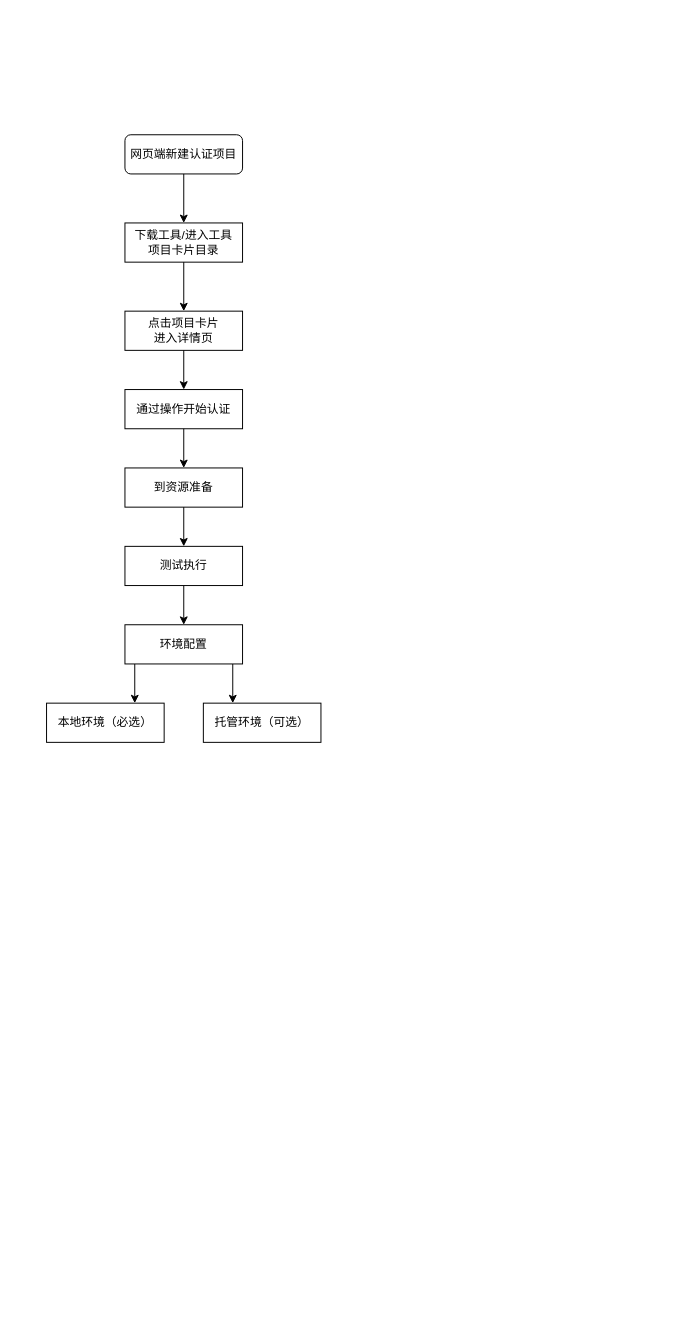
woshijiangyuhao/intro-html keeps this draw.io diagram as Untitled Diagram.drawio. Above is the earlier version. Source tidied: cells renumbered, new cells numbered last; positions are measured from the earlier drawing's top-left corner, leaving out a move shared by most shapes. Both pictures are drawn from the tidied source at 98%, with x=0, y=0 at pixel (46, 134).
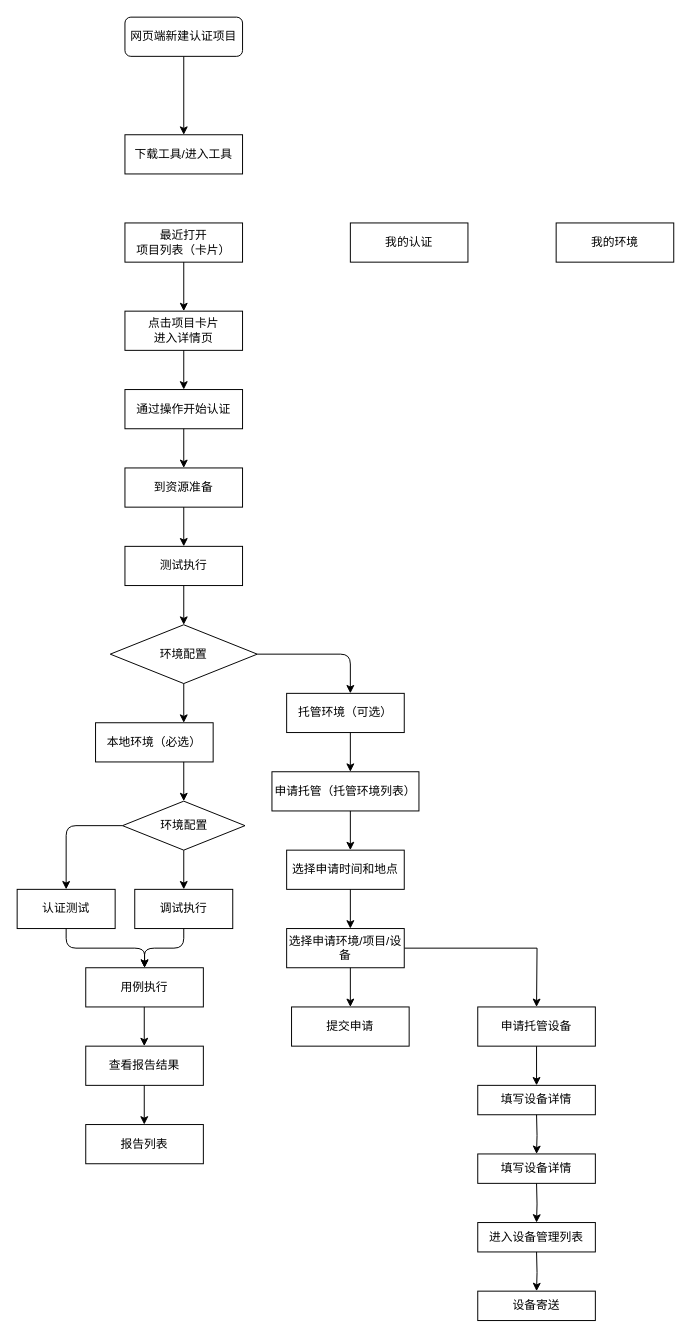
After the change.

The edit, as a diff of the source:
```diff
@@
+    <mxCell id="19" style="edgeStyle=orthogonalEdgeStyle;rounded=0;jettySize=auto;html=1;" parent="1" edge="1" source="2" target="33">
+      <mxGeometry relative="1" as="geometry" />
+    </mxCell>
     <mxCell id="2" value="网页端新建认证项目" style="rounded=1;whiteSpace=wrap;html=1;fontSize=12;glass=0;strokeWidth=1;shadow=0;" parent="1" vertex="1">
-      <mxGeometry x="80" width="120" height="40" as="geometry" />
+      <mxGeometry x="80" y="-120" width="120" height="40" as="geometry" />
     </mxCell>
-    <mxCell id="3" value="下载工具/进入工具&lt;br&gt;项目卡片目录" style="rounded=0;whiteSpace=wrap;html=1;" parent="1" vertex="1">
+    <mxCell id="3" value="最近打开&lt;br&gt;项目列表（卡片）" style="rounded=0;whiteSpace=wrap;html=1;" parent="1" vertex="1">
       <mxGeometry x="80" y="90" width="120" height="40" as="geometry" />
     </mxCell>
@@
-    <mxCell id="5" style="endArrow=classic;html=1;exitX=0.5;exitY=1;exitDx=0;exitDy=0;" parent="1" edge="1" source="2">
-      <mxGeometry relative="1" as="geometry">
-        <mxPoint x="140" y="90" as="targetPoint" />
-      </mxGeometry>
-    </mxCell>
@@
     <mxCell id="13" style="endArrow=classic;html=1;exitX=0.5;exitY=1;exitDx=0;exitDy=0;" parent="1" edge="1">
       <mxGeometry relative="1" as="geometry">
-        <mxPoint x="90" y="540" as="sourcePoint" />
-        <mxPoint x="90" y="580" as="targetPoint" />
+        <mxPoint x="140" y="560" as="sourcePoint" />
+        <mxPoint x="140" y="600" as="targetPoint" />
       </mxGeometry>
     </mxCell>
     <mxCell id="14" value="本地环境（必选）" style="rounded=0;whiteSpace=wrap;html=1;" parent="1" vertex="1">
-      <mxGeometry y="580" width="120" height="40" as="geometry" />
+      <mxGeometry x="50" y="600" width="120" height="40" as="geometry" />
     </mxCell>
-    <mxCell id="15" style="endArrow=classic;html=1;exitX=0.5;exitY=1;exitDx=0;exitDy=0;" parent="1" edge="1">
+    <mxCell id="15" style="endArrow=classic;html=1;exitX=1;exitY=0.5;exitDx=0;exitDy=0;" parent="1" edge="1" source="41">
       <mxGeometry relative="1" as="geometry">
-        <mxPoint x="190" y="540" as="sourcePoint" />
-        <mxPoint x="190" y="580" as="targetPoint" />
+        <mxPoint x="310" y="570" as="targetPoint" />
+        <Array as="points">
+          <mxPoint x="310" y="530" />
+        </Array>
       </mxGeometry>
     </mxCell>
     <mxCell id="16" value="托管环境（可选）" style="rounded=0;whiteSpace=wrap;html=1;" parent="1" vertex="1">
-      <mxGeometry x="160" y="580" width="120" height="40" as="geometry" />
+      <mxGeometry x="245" y="570" width="120" height="40" as="geometry" />
     </mxCell>
@@
-    <mxCell id="18" value="环境配置" style="rounded=0;whiteSpace=wrap;html=1;" parent="1" vertex="1">
-      <mxGeometry x="80" y="500" width="120" height="40" as="geometry" />
-    </mxCell>
+    <mxCell id="20" style="endArrow=classic;html=1;exitX=0.5;exitY=1;exitDx=0;exitDy=0;" parent="1" edge="1">
+      <mxGeometry relative="1" as="geometry">
+        <mxPoint x="140" y="640" as="sourcePoint" />
+        <mxPoint x="140" y="680" as="targetPoint" />
+      </mxGeometry>
+    </mxCell>
+    <mxCell id="21" style="endArrow=classic;html=1;exitX=0;exitY=0.5;exitDx=0;exitDy=0;" parent="1" edge="1" source="42">
+      <mxGeometry relative="1" as="geometry">
+        <mxPoint x="20" y="770" as="targetPoint" />
+        <Array as="points">
+          <mxPoint x="20" y="705" />
+        </Array>
+      </mxGeometry>
+    </mxCell>
+    <mxCell id="22" value="认证测试" style="rounded=0;whiteSpace=wrap;html=1;" parent="1" vertex="1">
+      <mxGeometry x="-30" y="770" width="100" height="40" as="geometry" />
+    </mxCell>
+    <mxCell id="23" value="调试执行" style="rounded=0;whiteSpace=wrap;html=1;" parent="1" vertex="1">
+      <mxGeometry x="90" y="770" width="100" height="40" as="geometry" />
+    </mxCell>
+    <mxCell id="24" style="endArrow=classic;html=1;exitX=0.5;exitY=1;exitDx=0;exitDy=0;" parent="1" edge="1">
+      <mxGeometry relative="1" as="geometry">
+        <mxPoint x="140" y="730" as="sourcePoint" />
+        <mxPoint x="140" y="770" as="targetPoint" />
+      </mxGeometry>
+    </mxCell>
+    <mxCell id="25" value="用例执行" style="rounded=0;whiteSpace=wrap;html=1;" parent="1" vertex="1">
+      <mxGeometry x="40" y="850" width="120" height="40" as="geometry" />
+    </mxCell>
+    <mxCell id="26" style="endArrow=classic;html=1;exitX=0.5;exitY=1;exitDx=0;exitDy=0;entryX=0.5;entryY=0;entryDx=0;entryDy=0;" parent="1" edge="1" source="22" target="25">
+      <mxGeometry relative="1" as="geometry">
+        <Array as="points">
+          <mxPoint x="20" y="830" />
+          <mxPoint x="100" y="830" />
+        </Array>
+      </mxGeometry>
+    </mxCell>
+    <mxCell id="27" style="endArrow=classic;html=1;exitX=0.5;exitY=1;exitDx=0;exitDy=0;" parent="1" edge="1" source="23">
+      <mxGeometry relative="1" as="geometry">
+        <mxPoint x="100" y="850" as="targetPoint" />
+        <Array as="points">
+          <mxPoint x="140" y="830" />
+          <mxPoint x="100" y="830" />
+        </Array>
+      </mxGeometry>
+    </mxCell>
+    <mxCell id="28" value="查看报告结果" style="rounded=0;whiteSpace=wrap;html=1;" parent="1" vertex="1">
+      <mxGeometry x="40" y="930" width="120" height="40" as="geometry" />
+    </mxCell>
+    <mxCell id="29" style="endArrow=classic;html=1;exitX=0.5;exitY=1;exitDx=0;exitDy=0;" parent="1" edge="1">
+      <mxGeometry relative="1" as="geometry">
+        <mxPoint x="99.7" y="890" as="sourcePoint" />
+        <mxPoint x="99.7" y="930" as="targetPoint" />
+      </mxGeometry>
+    </mxCell>
+    <mxCell id="30" value="申请托管（托管环境列表）" style="rounded=0;whiteSpace=wrap;html=1;" parent="1" vertex="1">
+      <mxGeometry x="230" y="650" width="150" height="40" as="geometry" />
+    </mxCell>
+    <mxCell id="31" style="endArrow=classic;html=1;exitX=0.5;exitY=1;exitDx=0;exitDy=0;" parent="1" edge="1">
+      <mxGeometry relative="1" as="geometry">
+        <mxPoint x="310" y="610" as="sourcePoint" />
+        <mxPoint x="310" y="650" as="targetPoint" />
+      </mxGeometry>
+    </mxCell>
+    <mxCell id="32" value="我的认证" style="rounded=0;whiteSpace=wrap;html=1;" parent="1" vertex="1">
+      <mxGeometry x="310" y="90" width="120" height="40" as="geometry" />
+    </mxCell>
+    <mxCell id="33" value="下载工具/进入工具" style="rounded=0;whiteSpace=wrap;html=1;" parent="1" vertex="1">
+      <mxGeometry x="80" width="120" height="40" as="geometry" />
+    </mxCell>
+    <mxCell id="34" value="报告列表" style="rounded=0;whiteSpace=wrap;html=1;" parent="1" vertex="1">
+      <mxGeometry x="40" y="1010" width="120" height="40" as="geometry" />
+    </mxCell>
+    <mxCell id="35" style="endArrow=classic;html=1;exitX=0.5;exitY=1;exitDx=0;exitDy=0;" parent="1" edge="1">
+      <mxGeometry relative="1" as="geometry">
+        <mxPoint x="99.7" y="970" as="sourcePoint" />
+        <mxPoint x="99.7" y="1010" as="targetPoint" />
+      </mxGeometry>
+    </mxCell>
+    <mxCell id="36" style="endArrow=classic;html=1;exitX=0.5;exitY=1;exitDx=0;exitDy=0;" parent="1" edge="1">
+      <mxGeometry relative="1" as="geometry">
+        <mxPoint x="310" y="690" as="sourcePoint" />
+        <mxPoint x="310" y="730" as="targetPoint" />
+      </mxGeometry>
+    </mxCell>
+    <mxCell id="37" value="选择申请时间和地点" style="rounded=0;whiteSpace=wrap;html=1;" parent="1" vertex="1">
+      <mxGeometry x="245" y="730" width="120" height="40" as="geometry" />
+    </mxCell>
+    <mxCell id="38" style="edgeStyle=orthogonalEdgeStyle;rounded=0;jettySize=auto;html=1;" parent="1" edge="1" source="39">
+      <mxGeometry relative="1" as="geometry">
+        <mxPoint x="500" y="890" as="targetPoint" />
+      </mxGeometry>
+    </mxCell>
+    <mxCell id="39" value="选择申请环境/项目/设备" style="rounded=0;whiteSpace=wrap;html=1;" parent="1" vertex="1">
+      <mxGeometry x="245" y="810" width="120" height="40" as="geometry" />
+    </mxCell>
+    <mxCell id="40" style="endArrow=classic;html=1;exitX=0.5;exitY=1;exitDx=0;exitDy=0;" parent="1" edge="1">
+      <mxGeometry relative="1" as="geometry">
+        <mxPoint x="310" y="770" as="sourcePoint" />
+        <mxPoint x="310" y="810" as="targetPoint" />
+      </mxGeometry>
+    </mxCell>
+    <mxCell id="41" value="环境配置" style="rhombus;whiteSpace=wrap;html=1;" parent="1" vertex="1">
+      <mxGeometry x="65" y="500" width="150" height="60" as="geometry" />
+    </mxCell>
+    <mxCell id="42" value="环境配置" style="rhombus;whiteSpace=wrap;html=1;" parent="1" vertex="1">
+      <mxGeometry x="77.5" y="680" width="125" height="50" as="geometry" />
+    </mxCell>
+    <mxCell id="43" value="提交申请" style="rounded=0;whiteSpace=wrap;html=1;" parent="1" vertex="1">
+      <mxGeometry x="250" y="890" width="120" height="40" as="geometry" />
+    </mxCell>
+    <mxCell id="44" style="endArrow=classic;html=1;exitX=0.5;exitY=1;exitDx=0;exitDy=0;" parent="1" edge="1">
+      <mxGeometry relative="1" as="geometry">
+        <mxPoint x="310" y="850" as="sourcePoint" />
+        <mxPoint x="310" y="890" as="targetPoint" />
+      </mxGeometry>
+    </mxCell>
+    <mxCell id="45" style="edgeStyle=orthogonalEdgeStyle;rounded=0;jettySize=auto;html=1;" parent="1" edge="1" source="46" target="47">
+      <mxGeometry relative="1" as="geometry" />
+    </mxCell>
+    <mxCell id="46" value="申请托管设备" style="rounded=0;whiteSpace=wrap;html=1;" parent="1" vertex="1">
+      <mxGeometry x="440" y="890" width="120" height="40" as="geometry" />
+    </mxCell>
+    <mxCell id="47" value="填写设备详情" style="whiteSpace=wrap;html=1;rounded=0;" parent="1" vertex="1">
+      <mxGeometry x="440" y="970" width="120" height="30" as="geometry" />
+    </mxCell>
+    <mxCell id="48" value="填写设备详情" style="whiteSpace=wrap;html=1;rounded=0;" parent="1" vertex="1">
+      <mxGeometry x="440" y="1040" width="120" height="30" as="geometry" />
+    </mxCell>
+    <mxCell id="49" style="edgeStyle=orthogonalEdgeStyle;rounded=0;jettySize=auto;html=1;" parent="1" edge="1" target="48">
+      <mxGeometry relative="1" as="geometry">
+        <mxPoint x="500" y="1000" as="sourcePoint" />
+      </mxGeometry>
+    </mxCell>
+    <mxCell id="50" style="edgeStyle=orthogonalEdgeStyle;rounded=0;jettySize=auto;html=1;" parent="1" edge="1" target="51">
+      <mxGeometry relative="1" as="geometry">
+        <mxPoint x="500" y="1070" as="sourcePoint" />
+      </mxGeometry>
+    </mxCell>
+    <mxCell id="51" value="进入设备管理列表" style="whiteSpace=wrap;html=1;rounded=0;" parent="1" vertex="1">
+      <mxGeometry x="440" y="1110" width="120" height="30" as="geometry" />
+    </mxCell>
+    <mxCell id="52" style="edgeStyle=orthogonalEdgeStyle;rounded=0;jettySize=auto;html=1;" parent="1" edge="1" target="53">
+      <mxGeometry relative="1" as="geometry">
+        <mxPoint x="500" y="1140" as="sourcePoint" />
+      </mxGeometry>
+    </mxCell>
+    <mxCell id="53" value="设备寄送" style="whiteSpace=wrap;html=1;rounded=0;" parent="1" vertex="1">
+      <mxGeometry x="440" y="1180" width="120" height="30" as="geometry" />
+    </mxCell>
+    <mxCell id="54" value="我的环境" style="rounded=0;whiteSpace=wrap;html=1;" parent="1" vertex="1">
+      <mxGeometry x="520" y="90" width="120" height="40" as="geometry" />
+    </mxCell>
```
